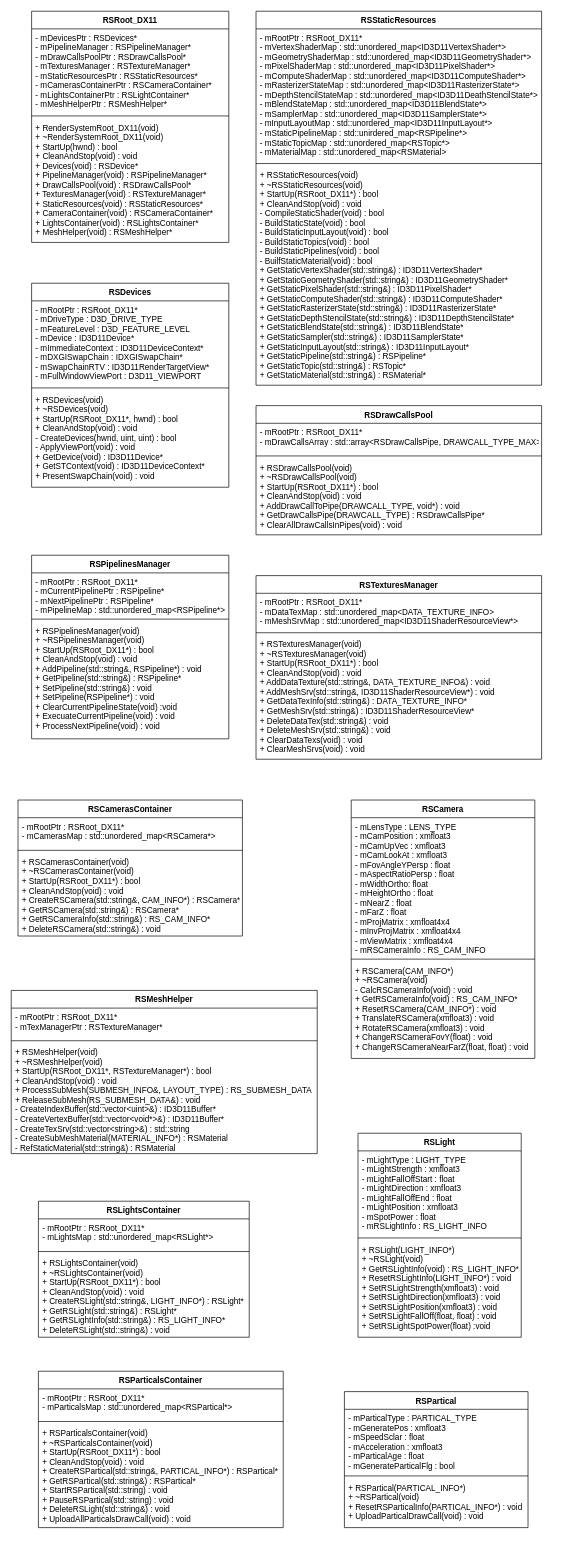
Above: page "Root" (4 of 5) of Render.drawio in HIBICUS-CAI/PreWorkRenderEngine (draw.io), before the change. Source tidied: cells renumbered, new cells numbered last; positions are measured from the earlier drawing's top-left corner, leaving out a move shared by most shapes. Both pictures are drawn from the tidied source at 68%, with x=0, y=0 at pixel (11, 11).
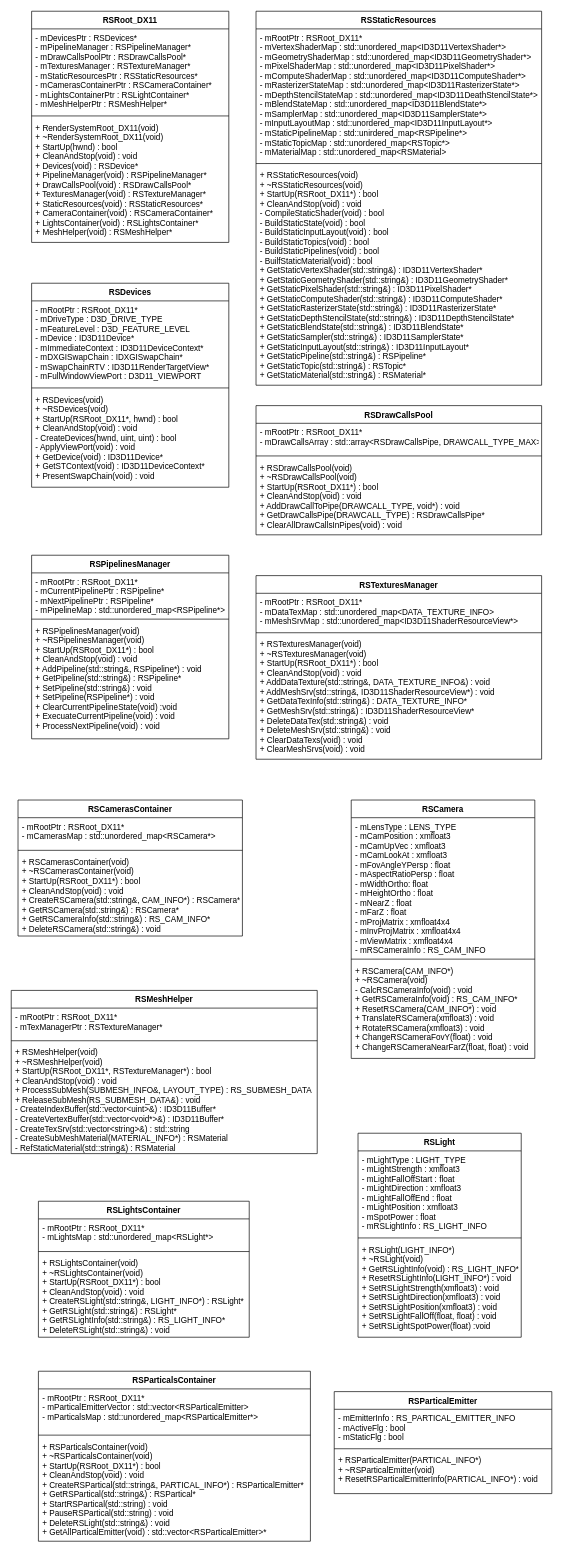
The same page after the edit.

Commit message:
重新安排部分粒子系统的规划

What changed in the source:
```diff
@@
     <mxCell id="46" value="RSParticalsContainer" style="swimlane;fontStyle=1;align=center;verticalAlign=top;horizontal=1;startSize=26;" parent="1" vertex="1">
-      <mxGeometry x="40" y="2000" width="360" height="230" as="geometry" />
+      <mxGeometry x="40" y="2000" width="400" height="250" as="geometry" />
     </mxCell>
-    <mxCell id="47" value="- mRootPtr : RSRoot_DX11*&#10;- mParticalsMap : std::unordered_map&lt;RSPartical*&gt;" style="text;strokeColor=none;fillColor=none;align=left;verticalAlign=top;spacingLeft=4;spacingRight=4;overflow=hidden;" parent="46" vertex="1">
-      <mxGeometry y="26" width="360" height="44" as="geometry" />
+    <mxCell id="47" value="- mRootPtr : RSRoot_DX11*&#10;- mParticalEmitterVector : std::vector&lt;RSParticalEmitter&gt;&#10;- mParticalsMap : std::unordered_map&lt;RSParticalEmitter*&gt;" style="text;strokeColor=none;fillColor=none;align=left;verticalAlign=top;spacingLeft=4;spacingRight=4;overflow=hidden;" parent="46" vertex="1">
+      <mxGeometry y="26" width="400" height="64" as="geometry" />
     </mxCell>
     <mxCell id="48" style="line;strokeWidth=1;fillColor=none;align=left;verticalAlign=middle;spacingTop=-1;spacingLeft=3;spacingRight=3;labelPosition=right;" parent="46" vertex="1">
-      <mxGeometry y="70" width="360" height="8" as="geometry" />
+      <mxGeometry y="90" width="400" height="8" as="geometry" />
     </mxCell>
-    <mxCell id="49" value="+ RSParticalsContainer(void)&#10;+ ~RSParticalsContainer(void)&#10;+ StartUp(RSRoot_DX11*) : bool&#10;+ CleanAndStop(void) : void&#10;+ CreateRSPartical(std::string&amp;, PARTICAL_INFO*) : RSPartical*&#10;+ GetRSPartical(std::string&amp;) : RSPartical*&#10;+ StartRSPartical(std::string) : void&#10;+ PauseRSPartical(std::string) : void&#10;+ DeleteRSLight(std::string&amp;) : void&#10;+ UploadAllParticalsDrawCall(void) : void" style="text;strokeColor=none;fillColor=none;align=left;verticalAlign=top;spacingLeft=4;spacingRight=4;overflow=hidden;" parent="46" vertex="1">
-      <mxGeometry y="78" width="360" height="152" as="geometry" />
+    <mxCell id="49" value="+ RSParticalsContainer(void)&#10;+ ~RSParticalsContainer(void)&#10;+ StartUp(RSRoot_DX11*) : bool&#10;+ CleanAndStop(void) : void&#10;+ CreateRSPartical(std::string&amp;, PARTICAL_INFO*) : RSParticalEmitter*&#10;+ GetRSPartical(std::string&amp;) : RSPartical*&#10;+ StartRSPartical(std::string) : void&#10;+ PauseRSPartical(std::string) : void&#10;+ DeleteRSLight(std::string&amp;) : void&#10;+ GetAllParticalEmitter(void) : std::vector&lt;RSParticalEmitter&gt;*" style="text;strokeColor=none;fillColor=none;align=left;verticalAlign=top;spacingLeft=4;spacingRight=4;overflow=hidden;" parent="46" vertex="1">
+      <mxGeometry y="98" width="400" height="152" as="geometry" />
     </mxCell>
-    <mxCell id="50" value="RSPartical" style="swimlane;fontStyle=1;align=center;verticalAlign=top;horizontal=1;startSize=26;" parent="1" vertex="1">
-      <mxGeometry x="490" y="2030" width="270" height="200" as="geometry" />
+    <mxCell id="50" value="RSParticalEmitter" style="swimlane;fontStyle=1;align=center;verticalAlign=top;horizontal=1;startSize=26;" parent="1" vertex="1">
+      <mxGeometry x="475" y="2030" width="320" height="150" as="geometry" />
     </mxCell>
-    <mxCell id="51" value="- mParticalType : PARTICAL_TYPE&#10;- mGeneratePos : xmfloat3&#10;- mSpeedSclar : float&#10;- mAcceleration : xmfloat3&#10;- mParticalAge : float&#10;- mGenerateParticalFlg : bool" style="text;strokeColor=none;fillColor=none;align=left;verticalAlign=top;spacingLeft=4;spacingRight=4;overflow=hidden;" parent="50" vertex="1">
-      <mxGeometry y="26" width="270" height="94" as="geometry" />
+    <mxCell id="51" value="- mEmitterInfo : RS_PARTICAL_EMITTER_INFO&#10;- mActiveFlg : bool&#10;- mStaticFlg : bool" style="text;strokeColor=none;fillColor=none;align=left;verticalAlign=top;spacingLeft=4;spacingRight=4;overflow=hidden;" parent="50" vertex="1">
+      <mxGeometry y="26" width="320" height="54" as="geometry" />
     </mxCell>
     <mxCell id="52" style="line;strokeWidth=1;fillColor=none;align=left;verticalAlign=middle;spacingTop=-1;spacingLeft=3;spacingRight=3;labelPosition=right;" parent="50" vertex="1">
-      <mxGeometry y="120" width="270" height="8" as="geometry" />
+      <mxGeometry y="80" width="320" height="8" as="geometry" />
     </mxCell>
-    <mxCell id="53" value="+ RSPartical(PARTICAL_INFO*)&#10;+ ~RSPartical(void)&#10;+ ResetRSParticalInfo(PARTICAL_INFO*) : void&#10;+ UploadParticalDrawCall(void) : void" style="text;strokeColor=none;fillColor=none;align=left;verticalAlign=top;spacingLeft=4;spacingRight=4;overflow=hidden;" parent="50" vertex="1">
-      <mxGeometry y="128" width="270" height="72" as="geometry" />
+    <mxCell id="53" value="+ RSParticalEmitter(PARTICAL_INFO*)&#10;+ ~RSParticalEmitter(void)&#10;+ ResetRSParticalEmitterInfo(PARTICAL_INFO*) : void" style="text;strokeColor=none;fillColor=none;align=left;verticalAlign=top;spacingLeft=4;spacingRight=4;overflow=hidden;" parent="50" vertex="1">
+      <mxGeometry y="88" width="320" height="62" as="geometry" />
     </mxCell>
```
